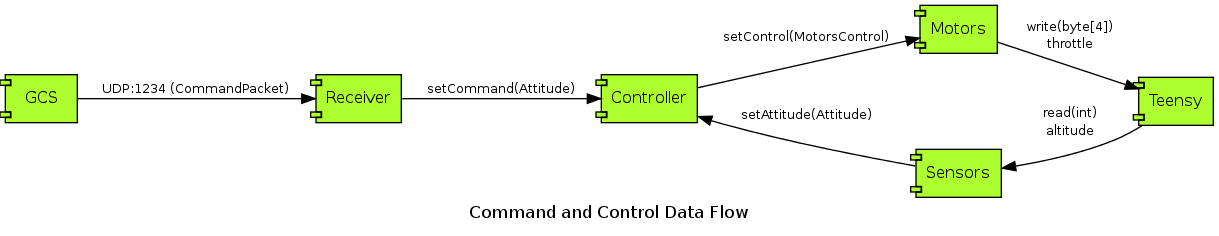
The Graphviz diagram doc/data_flow_control.dot.png in cepr/hummingdroid-flightapp, before a commit. Its source is kept beside it as doc/data_flow_control.dot. The source it was exported from:
```dot
digraph G {
    rankdir=LR;
    nodesep = 1.0;
    fontsize = 13;
    label = "Command and Control Data Flow";

    node [ shape="component", fontsize=12, style=filled, fillcolor=greenyellow ];

    edge [ fontsize=10 ];

    GCS -> Receiver [ label="UDP:1234 (CommandPacket)" ];
    Receiver -> Controller [ label = "setCommand(Attitude)" ];
    Controller -> Motors [ label = "setControl(MotorsControl)" ];
    Motors -> Teensy [ label = "write(byte[4])\nthrottle" ];
    Sensors -> Teensy [ label = "read(int)\naltitude", dir=back ];
    Controller -> Sensors [ label = "setAttitude(Attitude)", dir=back ];
}
```
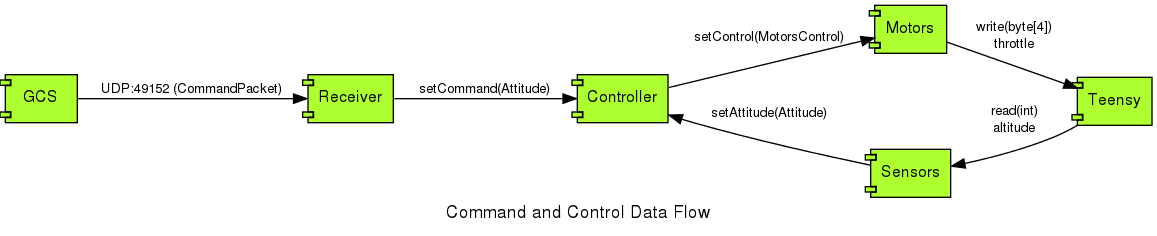
Later version of the same file.

Change to the diagram source:
```diff
@@ -1,14 +1,15 @@
 digraph G {
     rankdir=LR;
     nodesep = 1.0;
+    fontname = "Nimbus Sans L";
     fontsize = 13;
     label = "Command and Control Data Flow";
 
-    node [ shape="component", fontsize=12, style=filled, fillcolor=greenyellow ];
+    node [ shape="component", fontname = "Nimbus Sans L", fontsize=12, style=filled, fillcolor=greenyellow ];
 
-    edge [ fontsize=10 ];
+    edge [ fontname = "Nimbus Sans L", fontsize=10 ];
 
-    GCS -> Receiver [ label="UDP:1234 (CommandPacket)" ];
+    GCS -> Receiver [ label="UDP:49152 (CommandPacket)" ];
     Receiver -> Controller [ label = "setCommand(Attitude)" ];
     Controller -> Motors [ label = "setControl(MotorsControl)" ];
     Motors -> Teensy [ label = "write(byte[4])\nthrottle" ];
```
